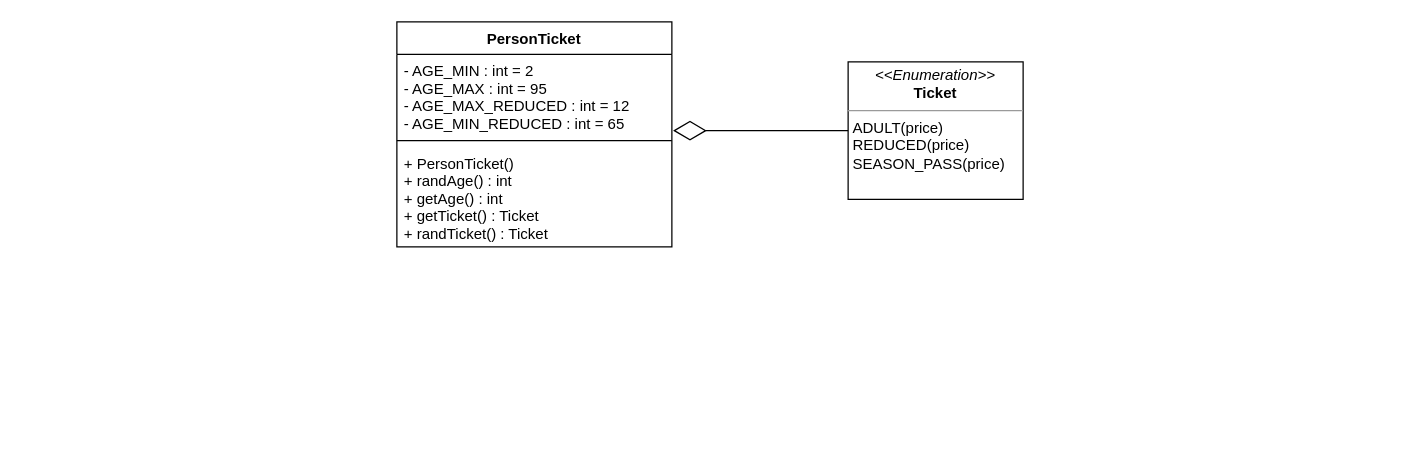
Before: page "Page-1" (1 of 16) of Untitled Diagram.drawio in metaphori/students-oop20-liveLand, a draw.io diagram. Source tidied: cells renumbered, new cells numbered last; positions are measured from the earlier drawing's top-left corner, leaving out a move shared by most shapes. Both pictures are drawn from the tidied source at 125%, with x=0, y=0 at pixel (396, 21).
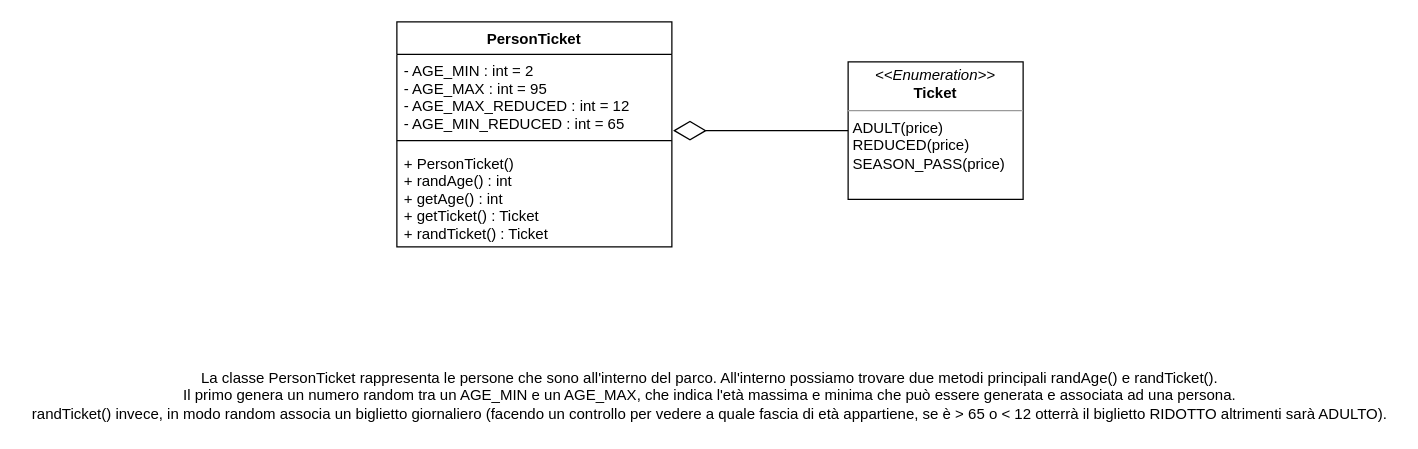
Above is the later version.

Change to the diagram source:
```diff
@@
 <mxGraphModel>
   <root>
     <mxCell id="0" />
     <mxCell id="1" parent="0" />
     <mxCell id="2" value="&lt;p style=&quot;margin: 0px ; margin-top: 4px ; text-align: center&quot;&gt;&lt;i&gt;&amp;lt;&amp;lt;Enumeration&amp;gt;&amp;gt;&lt;/i&gt;&lt;br&gt;&lt;b&gt;Ticket&lt;/b&gt;&lt;/p&gt;&lt;hr size=&quot;1&quot;&gt;&lt;p style=&quot;margin: 0px ; margin-left: 4px&quot;&gt;ADULT(price)&lt;/p&gt;&lt;p style=&quot;margin: 0px ; margin-left: 4px&quot;&gt;REDUCED(price)&lt;/p&gt;&lt;p style=&quot;margin: 0px ; margin-left: 4px&quot;&gt;SEASON_PASS(price)&lt;/p&gt;" style="verticalAlign=top;align=left;overflow=fill;fontSize=12;fontFamily=Helvetica;html=1;" parent="1" vertex="1">
       <mxGeometry x="361" y="32" width="140" height="110" as="geometry" />
     </mxCell>
     <mxCell id="3" value="PersonTicket" style="swimlane;fontStyle=1;align=center;verticalAlign=top;horizontal=1;startSize=26;" parent="1" vertex="1">
       <mxGeometry width="220" height="180" as="geometry" />
     </mxCell>
     <mxCell id="4" value="- AGE_MIN : int = 2&#10;- AGE_MAX : int = 95&#10;- AGE_MAX_REDUCED : int = 12&#10;- AGE_MIN_REDUCED : int = 65&#10;&#10;" style="text;strokeColor=none;fillColor=none;align=left;verticalAlign=top;spacingLeft=4;spacingRight=4;overflow=hidden;" parent="3" vertex="1">
       <mxGeometry y="26" width="220" height="64" as="geometry" />
     </mxCell>
     <mxCell id="5" style="line;strokeWidth=1;fillColor=none;align=left;verticalAlign=middle;spacingTop=-1;spacingLeft=3;spacingRight=3;labelPosition=right;" parent="3" vertex="1">
       <mxGeometry y="90" width="220" height="10" as="geometry" />
     </mxCell>
     <mxCell id="6" value="+ PersonTicket()&#10;+ randAge() : int&#10;+ getAge() : int&#10;+ getTicket() : Ticket&#10;+ randTicket() : Ticket" style="text;strokeColor=none;fillColor=none;align=left;verticalAlign=top;spacingLeft=4;spacingRight=4;overflow=hidden;" parent="3" vertex="1">
       <mxGeometry y="100" width="220" height="80" as="geometry" />
     </mxCell>
     <mxCell id="7" style="endArrow=diamondThin;endFill=0;endSize=24;html=1;rounded=0;exitX=0;exitY=0.5;exitDx=0;exitDy=0;entryX=1;entryY=0.5;entryDx=0;entryDy=0;" parent="1" edge="1" source="2">
       <mxGeometry relative="1" as="geometry">
         <mxPoint x="221" y="87" as="targetPoint" />
       </mxGeometry>
     </mxCell>
+    <mxCell id="8" value="La classe PersonTicket rappresenta le persone che sono all'interno del parco. All'interno possiamo trovare due metodi principali randAge() e randTicket().&lt;br&gt;Il primo genera un numero random tra un AGE_MIN e un AGE_MAX, che indica l'età massima e minima che può essere generata e associata ad una persona.&lt;br&gt;randTicket() invece, in modo random associa un biglietto giornaliero (facendo un controllo per vedere a quale fascia di età appartiene, se è &amp;gt; 65 o &amp;lt; 12 otterrà il biglietto RIDOTTO altrimenti sarà ADULTO)." style="text;html=1;align=center;verticalAlign=middle;strokeColor=none;fillColor=none;" parent="1" vertex="1">
+      <mxGeometry x="-300" y="274" width="1100" height="50" as="geometry" />
+    </mxCell>
   </root>
 </mxGraphModel>
```
